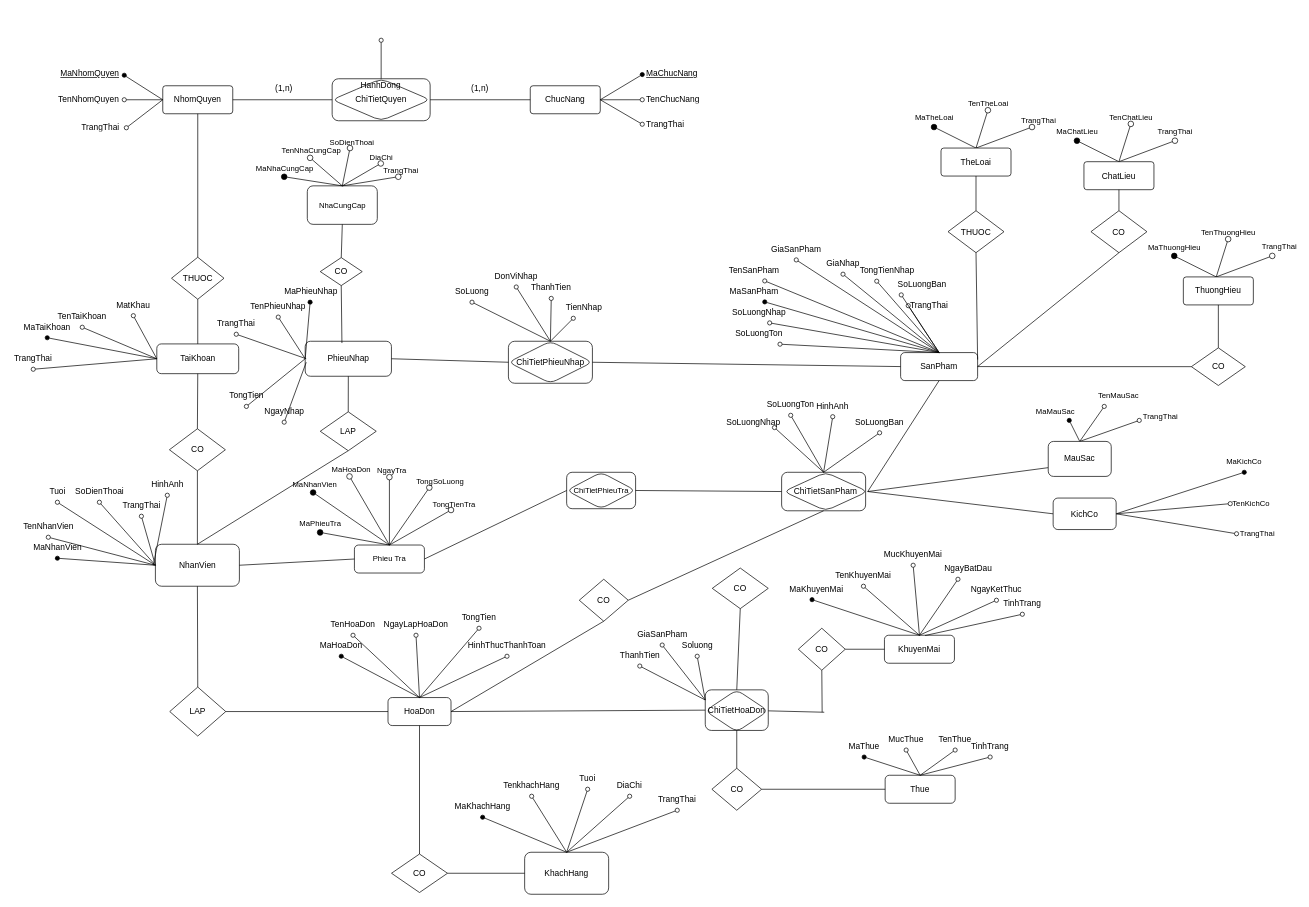
Above: ERD.drawio in maivantai2003/SportStoreManager (draw.io), before the change. Source tidied: cells renumbered, new cells numbered last; positions are measured from the earlier drawing's top-left corner, leaving out a move shared by most shapes. Both pictures are drawn from the tidied source at 70%, with x=0, y=0 at pixel (12, 40).
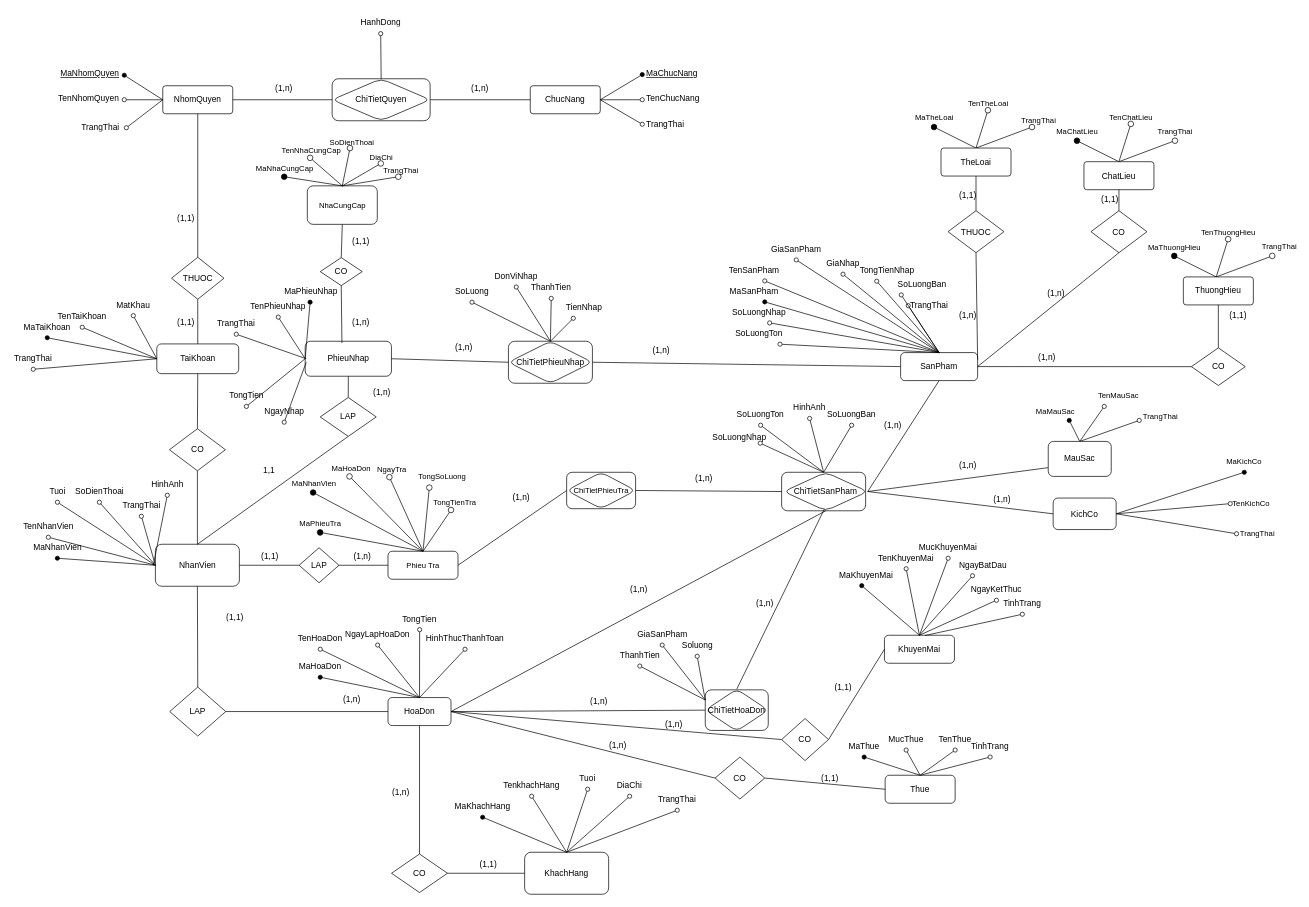
The same diagram, later.

Commit message:
Cập nhật ERD.drawio

Unchanged cells that the change refers to:
```xml
<mxCell id="2" style="rounded=1;whiteSpace=wrap;html=1;" parent="1" vertex="1">
  <mxGeometry x="990" y="928" width="90" height="58" as="geometry" />
</mxCell>
<mxCell id="14" style="rounded=1;whiteSpace=wrap;html=1;" parent="1" vertex="1">
  <mxGeometry x="1099.1" y="617.2" width="120" height="55" as="geometry" />
</mxCell>
<mxCell id="20" value="ChiTietSanPham" style="rhombus;whiteSpace=wrap;html=1;rounded=1;" parent="1" vertex="1">
  <mxGeometry x="1102.1" y="617.2" width="120" height="55" as="geometry" />
</mxCell>
<mxCell id="50" value="ChiTietQuyen" style="shape=associativeEntity;whiteSpace=wrap;html=1;align=center;rounded=1;" parent="1" vertex="1">
  <mxGeometry x="457" y="55" width="140" height="60" as="geometry" />
</mxCell>
<mxCell id="98" value="HoaDon" style="rounded=1;whiteSpace=wrap;html=1;" parent="1" vertex="1">
  <mxGeometry x="536.8" y="939" width="90" height="40" as="geometry" />
</mxCell>
<mxCell id="130" value="NhanVien" style="rounded=1;whiteSpace=wrap;html=1;" parent="1" vertex="1">
  <mxGeometry x="204.5" y="720" width="120" height="60" as="geometry" />
</mxCell>
```

Diff of the diagram source:
```diff
@@
     <mxCell id="44" value="SoLuongNhap" style="text;html=1;strokeColor=none;fillColor=none;align=center;verticalAlign=middle;whiteSpace=wrap;rounded=0;" parent="1" vertex="1">
-      <mxGeometry x="1028.9" y="530.8" width="60" height="30" as="geometry" />
+      <mxGeometry x="1008.5" y="553.1" width="60" height="30" as="geometry" />
     </mxCell>
     <mxCell id="45" value="SoLuongTon" style="text;html=1;strokeColor=none;fillColor=none;align=center;verticalAlign=middle;whiteSpace=wrap;rounded=0;" parent="1" vertex="1">
-      <mxGeometry x="1082.1" y="505.8" width="60" height="30" as="geometry" />
+      <mxGeometry x="1039.1" y="520" width="60" height="30" as="geometry" />
     </mxCell>
     <mxCell id="46" value="HinhAnh" style="text;html=1;strokeColor=none;fillColor=none;align=center;verticalAlign=middle;whiteSpace=wrap;rounded=0;" parent="1" vertex="1">
-      <mxGeometry x="1142.1" y="507.8" width="60" height="30" as="geometry" />
+      <mxGeometry x="1109.1" y="510.3" width="60" height="30" as="geometry" />
     </mxCell>
     <mxCell id="47" value="SoLuongBan" style="text;html=1;strokeColor=none;fillColor=none;align=center;verticalAlign=middle;whiteSpace=wrap;rounded=0;" parent="1" vertex="1">
-      <mxGeometry x="1209.1" y="530.8" width="60" height="30" as="geometry" />
+      <mxGeometry x="1169.1" y="520" width="60" height="30" as="geometry" />
     </mxCell>
@@
     <mxCell id="57" value="HanhDong" style="text;strokeColor=none;fillColor=none;spacingLeft=4;spacingRight=4;overflow=hidden;points=[[0,0.5],[1,0.5]];portConstraint=eastwest;fontSize=12;whiteSpace=wrap;html=1;" parent="1" vertex="1">
-      <mxGeometry x="492" y="50" width="70" height="30" as="geometry" />
+      <mxGeometry x="492" y="-40" width="70" height="30" as="geometry" />
     </mxCell>
-    <mxCell id="58" style="endArrow=none;html=1;rounded=0;entryX=0.5;entryY=0;entryDx=0;entryDy=0;startArrow=oval;startFill=0;" parent="1" edge="1" target="50">
-      <mxGeometry relative="1" as="geometry">
-        <mxPoint x="527" as="sourcePoint" />
-      </mxGeometry>
+    <mxCell id="58" style="endArrow=none;html=1;rounded=0;entryX=0.5;entryY=0;entryDx=0;entryDy=0;startArrow=oval;startFill=0;exitX=0.491;exitY=1.018;exitDx=0;exitDy=0;exitPerimeter=0;" parent="1" edge="1" source="57" target="50">
+      <mxGeometry relative="1" as="geometry" />
     </mxCell>
@@
     <mxCell id="70" value="Phieu Tra" style="whiteSpace=wrap;html=1;align=center;fontSize=11;rounded=1;" parent="1" vertex="1">
-      <mxGeometry x="488.8" y="721.1" width="100" height="40" as="geometry" />
+      <mxGeometry x="536.8" y="730" width="100" height="40" as="geometry" />
     </mxCell>
@@
     <mxCell id="100" value="MaKhuyenMai" style="text;html=1;strokeColor=none;fillColor=none;align=center;verticalAlign=middle;whiteSpace=wrap;rounded=0;" parent="1" vertex="1">
-      <mxGeometry x="1119" y="770" width="60" height="30" as="geometry" />
+      <mxGeometry x="1190" y="750" width="60" height="30" as="geometry" />
     </mxCell>
@@
     <mxCell id="102" value="TenKhuyenMai" style="text;html=1;strokeColor=none;fillColor=none;align=center;verticalAlign=middle;whiteSpace=wrap;rounded=0;" parent="1" vertex="1">
-      <mxGeometry x="1186" y="750" width="60" height="30" as="geometry" />
+      <mxGeometry x="1247" y="725" width="60" height="30" as="geometry" />
     </mxCell>
@@
     <mxCell id="104" value="MucKhuyenMai" style="text;html=1;strokeColor=none;fillColor=none;align=center;verticalAlign=middle;whiteSpace=wrap;rounded=0;" parent="1" vertex="1">
-      <mxGeometry x="1257" y="720" width="60" height="30" as="geometry" />
+      <mxGeometry x="1307" y="710" width="60" height="30" as="geometry" />
     </mxCell>
@@
     <mxCell id="106" value="NgayBatDau" style="text;html=1;strokeColor=none;fillColor=none;align=center;verticalAlign=middle;whiteSpace=wrap;rounded=0;" parent="1" vertex="1">
-      <mxGeometry x="1336" y="740" width="60" height="30" as="geometry" />
+      <mxGeometry x="1356.8" y="735" width="60" height="30" as="geometry" />
     </mxCell>
@@
     <mxCell id="122" value="MaHoaDon" style="text;html=1;strokeColor=none;fillColor=none;align=center;verticalAlign=middle;whiteSpace=wrap;rounded=0;" parent="1" vertex="1">
-      <mxGeometry x="440" y="850" width="60" height="30" as="geometry" />
+      <mxGeometry x="410" y="880" width="60" height="30" as="geometry" />
     </mxCell>
     <mxCell id="123" value="TenHoaDon" style="text;html=1;strokeColor=none;fillColor=none;align=center;verticalAlign=middle;whiteSpace=wrap;rounded=0;" parent="1" vertex="1">
-      <mxGeometry x="456.8" y="820" width="60" height="30" as="geometry" />
+      <mxGeometry x="410" y="840" width="60" height="30" as="geometry" />
     </mxCell>
     <mxCell id="124" value="NgayLapHoaDon" style="text;html=1;strokeColor=none;fillColor=none;align=center;verticalAlign=middle;whiteSpace=wrap;rounded=0;" parent="1" vertex="1">
-      <mxGeometry x="546.8" y="820" width="60" height="30" as="geometry" />
+      <mxGeometry x="492" y="834" width="60" height="30" as="geometry" />
     </mxCell>
@@
     <mxCell id="126" value="TongTien" style="text;html=1;strokeColor=none;fillColor=none;align=center;verticalAlign=middle;whiteSpace=wrap;rounded=0;" parent="1" vertex="1">
-      <mxGeometry x="636.8" y="810" width="60" height="30" as="geometry" />
+      <mxGeometry x="552" y="812" width="60" height="30" as="geometry" />
     </mxCell>
@@
     <mxCell id="128" value="HinhThucThanhToan" style="text;html=1;strokeColor=none;fillColor=none;align=center;verticalAlign=middle;whiteSpace=wrap;rounded=0;" parent="1" vertex="1">
-      <mxGeometry x="676.8" y="850" width="60" height="30" as="geometry" />
+      <mxGeometry x="616.8" y="840" width="60" height="30" as="geometry" />
     </mxCell>
@@
     <mxCell id="163" value="ChiTietHoaDon" style="rhombus;whiteSpace=wrap;html=1;rounded=1;" parent="1" vertex="1">
-      <mxGeometry x="990" y="928" width="90" height="60" as="geometry" />
+      <mxGeometry x="990" y="927" width="90" height="60" as="geometry" />
     </mxCell>
@@
-    <mxCell id="200" value="CO" style="rhombus;whiteSpace=wrap;html=1;" parent="1" vertex="1">
-      <mxGeometry x="1000" y="754" width="80" height="58" as="geometry" />
-    </mxCell>
-    <mxCell id="201" style="endArrow=none;html=1;rounded=0;exitX=0.5;exitY=0;exitDx=0;exitDy=0;entryX=0.5;entryY=1;entryDx=0;entryDy=0;" parent="1" edge="1" source="163" target="200">
-      <mxGeometry relative="1" as="geometry" />
+    <mxCell id="201" style="endArrow=none;html=1;rounded=0;exitX=0.5;exitY=0;exitDx=0;exitDy=0;" parent="1" edge="1" source="163">
+      <mxGeometry relative="1" as="geometry">
+        <mxPoint x="1160" y="670" as="targetPoint" />
+      </mxGeometry>
     </mxCell>
-    <mxCell id="202" value="CO" style="rhombus;whiteSpace=wrap;html=1;" parent="1" vertex="1">
-      <mxGeometry x="810" y="770" width="70" height="60" as="geometry" />
-    </mxCell>
@@
     <mxCell id="213" value="CO" style="rhombus;whiteSpace=wrap;html=1;" parent="1" vertex="1">
-      <mxGeometry x="1123" y="840" width="67" height="60" as="geometry" />
+      <mxGeometry x="1099.1" y="969" width="67" height="60" as="geometry" />
     </mxCell>
     <mxCell id="214" value="CO" style="rhombus;whiteSpace=wrap;html=1;" parent="1" vertex="1">
-      <mxGeometry x="999.5" y="1040" width="71" height="60" as="geometry" />
+      <mxGeometry x="1004" y="1024" width="71" height="60" as="geometry" />
     </mxCell>
-    <mxCell id="215" style="endArrow=none;html=1;rounded=0;exitX=1;exitY=0.5;exitDx=0;exitDy=0;" parent="1" edge="1" source="163">
-      <mxGeometry relative="1" as="geometry">
-        <mxPoint x="1160" y="960" as="targetPoint" />
-      </mxGeometry>
-    </mxCell>
-    <mxCell id="216" style="endArrow=none;html=1;rounded=0;entryX=0.5;entryY=1;entryDx=0;entryDy=0;" parent="1" edge="1" target="213">
-      <mxGeometry relative="1" as="geometry">
-        <mxPoint x="1157" y="960" as="sourcePoint" />
-      </mxGeometry>
-    </mxCell>
@@
-    <mxCell id="218" style="endArrow=none;html=1;rounded=0;exitX=0.5;exitY=1;exitDx=0;exitDy=0;entryX=0.5;entryY=0;entryDx=0;entryDy=0;" parent="1" edge="1" source="2" target="214">
+    <mxCell id="218" style="endArrow=none;html=1;rounded=0;exitX=1;exitY=0.5;exitDx=0;exitDy=0;entryX=0;entryY=0.5;entryDx=0;entryDy=0;" parent="1" edge="1" source="98" target="214">
       <mxGeometry relative="1" as="geometry" />
     </mxCell>
@@
-    <mxCell id="222" style="endArrow=none;html=1;rounded=0;exitX=1;exitY=0.5;exitDx=0;exitDy=0;entryX=0.5;entryY=1;entryDx=0;entryDy=0;" parent="1" edge="1" source="98" target="202">
+    <mxCell id="222" style="endArrow=none;html=1;rounded=0;exitX=1;exitY=0.5;exitDx=0;exitDy=0;entryX=0.5;entryY=1;entryDx=0;entryDy=0;" parent="1" edge="1" source="98" target="20">
       <mxGeometry relative="1" as="geometry" />
     </mxCell>
-    <mxCell id="223" style="endArrow=none;html=1;rounded=0;exitX=1;exitY=0.5;exitDx=0;exitDy=0;entryX=0.5;entryY=1;entryDx=0;entryDy=0;" parent="1" edge="1" source="202" target="14">
-      <mxGeometry relative="1" as="geometry" />
-    </mxCell>
@@
-    <mxCell id="225" style="endArrow=none;html=1;rounded=0;exitX=1;exitY=0.5;exitDx=0;exitDy=0;entryX=0;entryY=0.5;entryDx=0;entryDy=0;" parent="1" edge="1" source="130" target="70">
-      <mxGeometry relative="1" as="geometry" />
-    </mxCell>
@@
     <mxCell id="232" value="LAP" style="rhombus;whiteSpace=wrap;html=1;" parent="1" vertex="1">
-      <mxGeometry x="440" y="530.8" width="80" height="55.6" as="geometry" />
+      <mxGeometry x="440" y="510.3" width="80" height="55.6" as="geometry" />
     </mxCell>
@@
+    <mxCell id="236" value="(1,1)" style="text;strokeColor=none;fillColor=none;spacingLeft=4;spacingRight=4;overflow=hidden;fontSize=12;whiteSpace=wrap;html=1;" parent="1" vertex="1">
+      <mxGeometry x="230" y="390" width="40" height="30" as="geometry" />
+    </mxCell>
+    <mxCell id="237" value="(1,1)" style="text;strokeColor=none;fillColor=none;spacingLeft=4;spacingRight=4;overflow=hidden;fontSize=12;whiteSpace=wrap;html=1;" parent="1" vertex="1">
+      <mxGeometry x="230" y="240" width="40" height="30" as="geometry" />
+    </mxCell>
+    <mxCell id="238" value="(1,1)" style="text;strokeColor=none;fillColor=none;spacingLeft=4;spacingRight=4;overflow=hidden;fontSize=12;whiteSpace=wrap;html=1;" parent="1" vertex="1">
+      <mxGeometry x="480" y="274.2" width="40" height="30" as="geometry" />
+    </mxCell>
+    <mxCell id="239" value="(1,n)" style="text;strokeColor=none;fillColor=none;spacingLeft=4;spacingRight=4;overflow=hidden;fontSize=12;whiteSpace=wrap;html=1;" parent="1" vertex="1">
+      <mxGeometry x="480" y="390" width="40" height="30" as="geometry" />
+    </mxCell>
+    <mxCell id="240" value="(1,n)" style="text;strokeColor=none;fillColor=none;spacingLeft=4;spacingRight=4;overflow=hidden;fontSize=12;whiteSpace=wrap;html=1;" parent="1" vertex="1">
+      <mxGeometry x="626.8" y="425" width="40" height="30" as="geometry" />
+    </mxCell>
+    <mxCell id="241" value="(1,n)" style="text;strokeColor=none;fillColor=none;spacingLeft=4;spacingRight=4;overflow=hidden;fontSize=12;whiteSpace=wrap;html=1;" parent="1" vertex="1">
+      <mxGeometry x="908.5" y="430" width="40" height="30" as="geometry" />
+    </mxCell>
+    <mxCell id="242" value="(1,n)" style="text;strokeColor=none;fillColor=none;spacingLeft=4;spacingRight=4;overflow=hidden;fontSize=12;whiteSpace=wrap;html=1;" parent="1" vertex="1">
+      <mxGeometry x="1460" y="440" width="40" height="30" as="geometry" />
+    </mxCell>
+    <mxCell id="243" value="(1,1)" style="text;strokeColor=none;fillColor=none;spacingLeft=4;spacingRight=4;overflow=hidden;fontSize=12;whiteSpace=wrap;html=1;" parent="1" vertex="1">
+      <mxGeometry x="1733" y="380" width="40" height="30" as="geometry" />
+    </mxCell>
+    <mxCell id="244" value="(1,n)" style="text;strokeColor=none;fillColor=none;spacingLeft=4;spacingRight=4;overflow=hidden;fontSize=12;whiteSpace=wrap;html=1;" parent="1" vertex="1">
+      <mxGeometry x="1473" y="348.1" width="40" height="30" as="geometry" />
+    </mxCell>
+    <mxCell id="245" value="(1,1)" style="text;strokeColor=none;fillColor=none;spacingLeft=4;spacingRight=4;overflow=hidden;fontSize=12;whiteSpace=wrap;html=1;" parent="1" vertex="1">
+      <mxGeometry x="1550" y="213.5" width="40" height="30" as="geometry" />
+    </mxCell>
+    <mxCell id="246" value="(1,1)" style="text;strokeColor=none;fillColor=none;spacingLeft=4;spacingRight=4;overflow=hidden;fontSize=12;whiteSpace=wrap;html=1;" parent="1" vertex="1">
+      <mxGeometry x="1347" y="208" width="40" height="30" as="geometry" />
+    </mxCell>
+    <mxCell id="247" value="(1,n)" style="text;strokeColor=none;fillColor=none;spacingLeft=4;spacingRight=4;overflow=hidden;fontSize=12;whiteSpace=wrap;html=1;" parent="1" vertex="1">
+      <mxGeometry x="1347" y="380" width="40" height="30" as="geometry" />
+    </mxCell>
+    <mxCell id="248" value="(1,n)" style="text;strokeColor=none;fillColor=none;spacingLeft=4;spacingRight=4;overflow=hidden;fontSize=12;whiteSpace=wrap;html=1;" parent="1" vertex="1">
+      <mxGeometry x="1347" y="593.1" width="40" height="30" as="geometry" />
+    </mxCell>
+    <mxCell id="249" value="(1,n)" style="text;strokeColor=none;fillColor=none;spacingLeft=4;spacingRight=4;overflow=hidden;fontSize=12;whiteSpace=wrap;html=1;" parent="1" vertex="1">
+      <mxGeometry x="1396" y="642.2" width="40" height="30" as="geometry" />
+    </mxCell>
+    <mxCell id="250" value="(1,n)" style="text;strokeColor=none;fillColor=none;spacingLeft=4;spacingRight=4;overflow=hidden;fontSize=12;whiteSpace=wrap;html=1;" parent="1" vertex="1">
+      <mxGeometry x="970" y="612.2" width="40" height="30" as="geometry" />
+    </mxCell>
+    <mxCell id="251" value="(1,n)" style="text;strokeColor=none;fillColor=none;spacingLeft=4;spacingRight=4;overflow=hidden;fontSize=12;whiteSpace=wrap;html=1;" parent="1" vertex="1">
+      <mxGeometry x="708.8" y="639.2" width="40" height="30" as="geometry" />
+    </mxCell>
+    <mxCell id="252" value="(1,1)" style="text;strokeColor=none;fillColor=none;spacingLeft=4;spacingRight=4;overflow=hidden;fontSize=12;whiteSpace=wrap;html=1;" parent="1" vertex="1">
+      <mxGeometry x="662" y="1162.5" width="40" height="30" as="geometry" />
+    </mxCell>
+    <mxCell id="253" value="(1,n)" style="text;strokeColor=none;fillColor=none;spacingLeft=4;spacingRight=4;overflow=hidden;fontSize=12;whiteSpace=wrap;html=1;" parent="1" vertex="1">
+      <mxGeometry x="536.8" y="1060" width="40" height="30" as="geometry" />
+    </mxCell>
+    <mxCell id="254" value="(1,1)" style="text;strokeColor=none;fillColor=none;spacingLeft=4;spacingRight=4;overflow=hidden;fontSize=12;whiteSpace=wrap;html=1;" parent="1" vertex="1">
+      <mxGeometry x="300" y="810" width="40" height="30" as="geometry" />
+    </mxCell>
+    <mxCell id="255" value="(1,n)" style="text;strokeColor=none;fillColor=none;spacingLeft=4;spacingRight=4;overflow=hidden;fontSize=12;whiteSpace=wrap;html=1;" parent="1" vertex="1">
+      <mxGeometry x="466.8" y="928" width="40" height="30" as="geometry" />
+    </mxCell>
+    <mxCell id="256" value="LAP" style="rhombus;whiteSpace=wrap;html=1;" parent="1" vertex="1">
+      <mxGeometry x="409.8" y="725" width="57" height="50" as="geometry" />
+    </mxCell>
+    <mxCell id="257" style="endArrow=none;html=1;rounded=0;exitX=1;exitY=0.5;exitDx=0;exitDy=0;entryX=0;entryY=0.5;entryDx=0;entryDy=0;" parent="1" edge="1" source="130" target="256">
+      <mxGeometry relative="1" as="geometry" />
+    </mxCell>
+    <mxCell id="258" style="endArrow=none;html=1;rounded=0;exitX=1;exitY=0.5;exitDx=0;exitDy=0;entryX=0;entryY=0.5;entryDx=0;entryDy=0;" parent="1" edge="1" source="256" target="70">
+      <mxGeometry relative="1" as="geometry" />
+    </mxCell>
+    <mxCell id="259" value="(1,1)" style="text;strokeColor=none;fillColor=none;spacingLeft=4;spacingRight=4;overflow=hidden;fontSize=12;whiteSpace=wrap;html=1;" parent="1" vertex="1">
+      <mxGeometry x="350" y="724" width="40" height="30" as="geometry" />
+    </mxCell>
+    <mxCell id="260" value="(1,n)" style="text;strokeColor=none;fillColor=none;spacingLeft=4;spacingRight=4;overflow=hidden;fontSize=12;whiteSpace=wrap;html=1;" parent="1" vertex="1">
+      <mxGeometry x="481.5" y="724" width="40" height="30" as="geometry" />
+    </mxCell>
+    <mxCell id="261" value="(1,1)" style="text;strokeColor=none;fillColor=none;spacingLeft=4;spacingRight=4;overflow=hidden;fontSize=12;whiteSpace=wrap;html=1;" parent="1" vertex="1">
+      <mxGeometry x="1150" y="1040" width="40" height="30" as="geometry" />
+    </mxCell>
+    <mxCell id="262" value="(1,n)" style="text;strokeColor=none;fillColor=none;spacingLeft=4;spacingRight=4;overflow=hidden;fontSize=12;whiteSpace=wrap;html=1;" parent="1" vertex="1">
+      <mxGeometry x="846.5" y="994" width="40" height="30" as="geometry" />
+    </mxCell>
+    <mxCell id="263" style="endArrow=none;html=1;rounded=0;exitX=1;exitY=0.5;exitDx=0;exitDy=0;entryX=0;entryY=0.5;entryDx=0;entryDy=0;" parent="1" edge="1" source="98" target="213">
+      <mxGeometry relative="1" as="geometry" />
+    </mxCell>
+    <mxCell id="264" value="(1,1)" style="text;strokeColor=none;fillColor=none;spacingLeft=4;spacingRight=4;overflow=hidden;fontSize=12;whiteSpace=wrap;html=1;" parent="1" vertex="1">
+      <mxGeometry x="1169.1" y="910" width="40" height="30" as="geometry" />
+    </mxCell>
+    <mxCell id="265" value="(1,n)" style="text;strokeColor=none;fillColor=none;spacingLeft=4;spacingRight=4;overflow=hidden;fontSize=12;whiteSpace=wrap;html=1;" parent="1" vertex="1">
+      <mxGeometry x="926.5" y="964" width="40" height="30" as="geometry" />
+    </mxCell>
+    <mxCell id="266" value="(1,n)" style="text;strokeColor=none;fillColor=none;spacingLeft=4;spacingRight=4;overflow=hidden;fontSize=12;whiteSpace=wrap;html=1;" parent="1" vertex="1">
+      <mxGeometry x="820" y="930" width="40" height="30" as="geometry" />
+    </mxCell>
+    <mxCell id="267" value="1,1" style="text;html=1;strokeColor=none;fillColor=none;align=center;verticalAlign=middle;whiteSpace=wrap;rounded=0;" parent="1" vertex="1">
+      <mxGeometry x="337" y="600" width="60" height="30" as="geometry" />
+    </mxCell>
+    <mxCell id="268" value="(1,n)" style="text;strokeColor=none;fillColor=none;spacingLeft=4;spacingRight=4;overflow=hidden;fontSize=12;whiteSpace=wrap;html=1;" parent="1" vertex="1">
+      <mxGeometry x="510" y="490" width="40" height="30" as="geometry" />
+    </mxCell>
+    <mxCell id="269" value="(1,n)" style="text;strokeColor=none;fillColor=none;spacingLeft=4;spacingRight=4;overflow=hidden;fontSize=12;whiteSpace=wrap;html=1;" parent="1" vertex="1">
+      <mxGeometry x="876.5" y="770" width="40" height="30" as="geometry" />
+    </mxCell>
+    <mxCell id="270" value="(1,n)" style="text;strokeColor=none;fillColor=none;spacingLeft=4;spacingRight=4;overflow=hidden;fontSize=12;whiteSpace=wrap;html=1;" parent="1" vertex="1">
+      <mxGeometry x="1240" y="536" width="40" height="30" as="geometry" />
+    </mxCell>
+    <mxCell id="271" value="(1,n)" style="text;strokeColor=none;fillColor=none;spacingLeft=4;spacingRight=4;overflow=hidden;fontSize=12;whiteSpace=wrap;html=1;" parent="1" vertex="1">
+      <mxGeometry x="1057" y="790" width="40" height="30" as="geometry" />
+    </mxCell>
```
